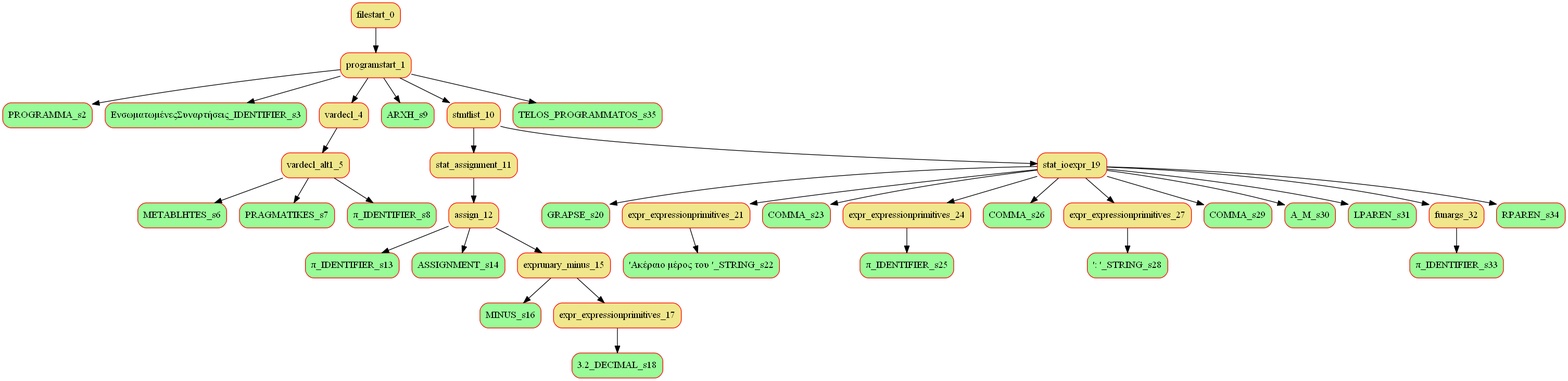
Before: Glossa/bin/Debug/parsetree.png, a diagram exported from Graphviz (nlabiris/GLOSSA-Parser). Its source is kept beside it as Glossa/bin/Debug/parsetree.dot.
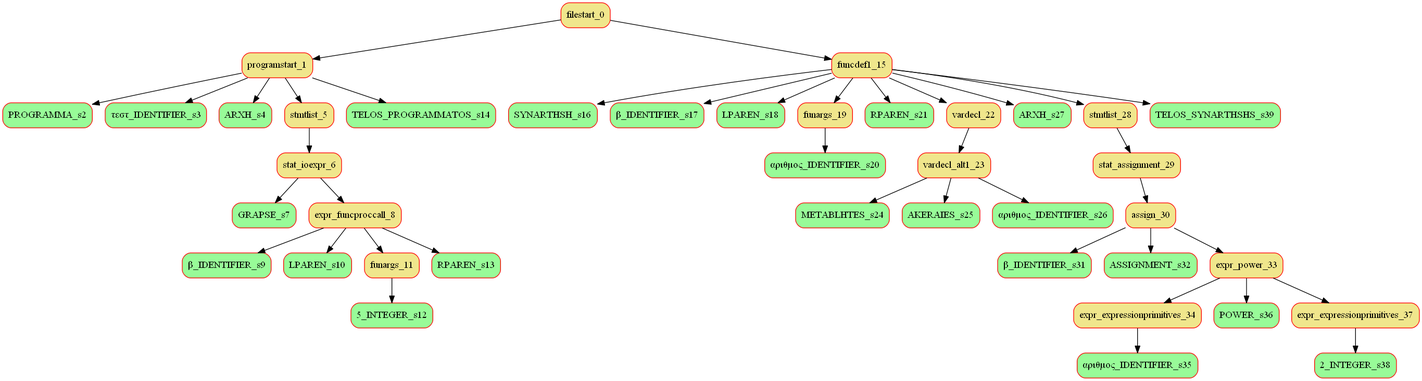
After the commit.

Change to the diagram source:
```diff
@@ -4,69 +4,77 @@
 node [fillcolor=palegreen];
 "programstart_1" -> "PROGRAMMA_s2";
 node [fillcolor=palegreen];
-"programstart_1" -> "ΕνσωματωμένεςΣυναρτήσεις_IDENTIFIER_s3";
+"programstart_1" -> "τεστ_IDENTIFIER_s3";
+node [fillcolor=palegreen];
+"programstart_1" -> "ARXH_s4";
 node [shape=box, style="rounded,filled", color=red, fillcolor=khaki];
-"programstart_1" -> "vardecl_4";
+"programstart_1" -> "stmtlist_5";
 node [shape=box, style="rounded,filled", color=red, fillcolor=khaki];
-"vardecl_4" -> "vardecl_alt1_5";
+"stmtlist_5" -> "stat_ioexpr_6";
 node [fillcolor=palegreen];
-"vardecl_alt1_5" -> "METABLHTES_s6";
+"stat_ioexpr_6" -> "GRAPSE_s7";
+node [shape=box, style="rounded,filled", color=red, fillcolor=khaki];
+"stat_ioexpr_6" -> "expr_funcproccall_8";
 node [fillcolor=palegreen];
-"vardecl_alt1_5" -> "PRAGMATIKES_s7";
+"expr_funcproccall_8" -> "β_IDENTIFIER_s9";
 node [fillcolor=palegreen];
-"vardecl_alt1_5" -> "π_IDENTIFIER_s8";
+"expr_funcproccall_8" -> "LPAREN_s10";
+node [shape=box, style="rounded,filled", color=red, fillcolor=khaki];
+"expr_funcproccall_8" -> "funargs_11";
 node [fillcolor=palegreen];
-"programstart_1" -> "ARXH_s9";
+"funargs_11" -> "5_INTEGER_s12";
+node [fillcolor=palegreen];
+"expr_funcproccall_8" -> "RPAREN_s13";
+node [fillcolor=palegreen];
+"programstart_1" -> "TELOS_PROGRAMMATOS_s14";
 node [shape=box, style="rounded,filled", color=red, fillcolor=khaki];
-"programstart_1" -> "stmtlist_10";
+"filestart_0" -> "funcdef1_15";
+node [fillcolor=palegreen];
+"funcdef1_15" -> "SYNARTHSH_s16";
+node [fillcolor=palegreen];
+"funcdef1_15" -> "β_IDENTIFIER_s17";
+node [fillcolor=palegreen];
+"funcdef1_15" -> "LPAREN_s18";
 node [shape=box, style="rounded,filled", color=red, fillcolor=khaki];
-"stmtlist_10" -> "stat_assignment_11";
+"funcdef1_15" -> "funargs_19";
+node [fillcolor=palegreen];
+"funargs_19" -> "αριθμος_IDENTIFIER_s20";
+node [fillcolor=palegreen];
+"funcdef1_15" -> "RPAREN_s21";
 node [shape=box, style="rounded,filled", color=red, fillcolor=khaki];
-"stat_assignment_11" -> "assign_12";
+"funcdef1_15" -> "vardecl_22";
+node [shape=box, style="rounded,filled", color=red, fillcolor=khaki];
+"vardecl_22" -> "vardecl_alt1_23";
 node [fillcolor=palegreen];
-"assign_12" -> "π_IDENTIFIER_s13";
+"vardecl_alt1_23" -> "METABLHTES_s24";
 node [fillcolor=palegreen];
-"assign_12" -> "ASSIGNMENT_s14";
+"vardecl_alt1_23" -> "AKERAIES_s25";
+node [fillcolor=palegreen];
+"vardecl_alt1_23" -> "αριθμος_IDENTIFIER_s26";
+node [fillcolor=palegreen];
+"funcdef1_15" -> "ARXH_s27";
 node [shape=box, style="rounded,filled", color=red, fillcolor=khaki];
-"assign_12" -> "exprunary_minus_15";
+"funcdef1_15" -> "stmtlist_28";
+node [shape=box, style="rounded,filled", color=red, fillcolor=khaki];
+"stmtlist_28" -> "stat_assignment_29";
+node [shape=box, style="rounded,filled", color=red, fillcolor=khaki];
+"stat_assignment_29" -> "assign_30";
 node [fillcolor=palegreen];
-"exprunary_minus_15" -> "MINUS_s16";
+"assign_30" -> "β_IDENTIFIER_s31";
+node [fillcolor=palegreen];
+"assign_30" -> "ASSIGNMENT_s32";
 node [shape=box, style="rounded,filled", color=red, fillcolor=khaki];
-"exprunary_minus_15" -> "expr_expressionprimitives_17";
+"assign_30" -> "expr_power_33";
+node [shape=box, style="rounded,filled", color=red, fillcolor=khaki];
+"expr_power_33" -> "expr_expressionprimitives_34";
 node [fillcolor=palegreen];
-"expr_expressionprimitives_17" -> "3.2_DECIMAL_s18";
+"expr_expressionprimitives_34" -> "αριθμος_IDENTIFIER_s35";
+node [fillcolor=palegreen];
+"expr_power_33" -> "POWER_s36";
 node [shape=box, style="rounded,filled", color=red, fillcolor=khaki];
-"stmtlist_10" -> "stat_ioexpr_19";
+"expr_power_33" -> "expr_expressionprimitives_37";
 node [fillcolor=palegreen];
-"stat_ioexpr_19" -> "GRAPSE_s20";
-node [shape=box, style="rounded,filled", color=red, fillcolor=khaki];
-"stat_ioexpr_19" -> "expr_expressionprimitives_21";
+"expr_expressionprimitives_37" -> "2_INTEGER_s38";
 node [fillcolor=palegreen];
-"expr_expressionprimitives_21" -> "'Ακέραιο μέρος του '_STRING_s22";
-node [fillcolor=palegreen];
-"stat_ioexpr_19" -> "COMMA_s23";
-node [shape=box, style="rounded,filled", color=red, fillcolor=khaki];
-"stat_ioexpr_19" -> "expr_expressionprimitives_24";
-node [fillcolor=palegreen];
-"expr_expressionprimitives_24" -> "π_IDENTIFIER_s25";
-node [fillcolor=palegreen];
-"stat_ioexpr_19" -> "COMMA_s26";
-node [shape=box, style="rounded,filled", color=red, fillcolor=khaki];
-"stat_ioexpr_19" -> "expr_expressionprimitives_27";
-node [fillcolor=palegreen];
-"expr_expressionprimitives_27" -> "': '_STRING_s28";
-node [fillcolor=palegreen];
-"stat_ioexpr_19" -> "COMMA_s29";
-node [fillcolor=palegreen];
-"stat_ioexpr_19" -> "A_M_s30";
-node [fillcolor=palegreen];
-"stat_ioexpr_19" -> "LPAREN_s31";
-node [shape=box, style="rounded,filled", color=red, fillcolor=khaki];
-"stat_ioexpr_19" -> "funargs_32";
-node [fillcolor=palegreen];
-"funargs_32" -> "π_IDENTIFIER_s33";
-node [fillcolor=palegreen];
-"stat_ioexpr_19" -> "RPAREN_s34";
-node [fillcolor=palegreen];
-"programstart_1" -> "TELOS_PROGRAMMATOS_s35";
+"funcdef1_15" -> "TELOS_SYNARTHSHS_s39";
 }
```
